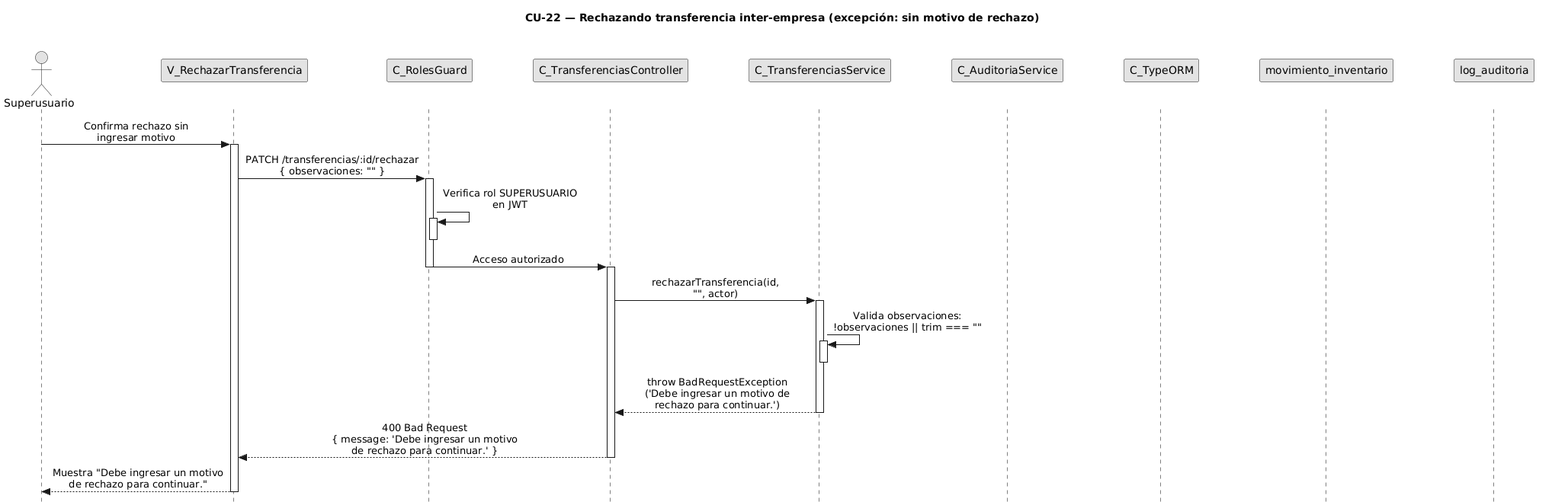
Above: diagramas/diagramas-secuencia/CU22/CU22-exc-sin-motivo.png in FSM-Finet-y-Cable-Magico/Team_1-Inventario-y-Bodega (PlantUML), before the change.
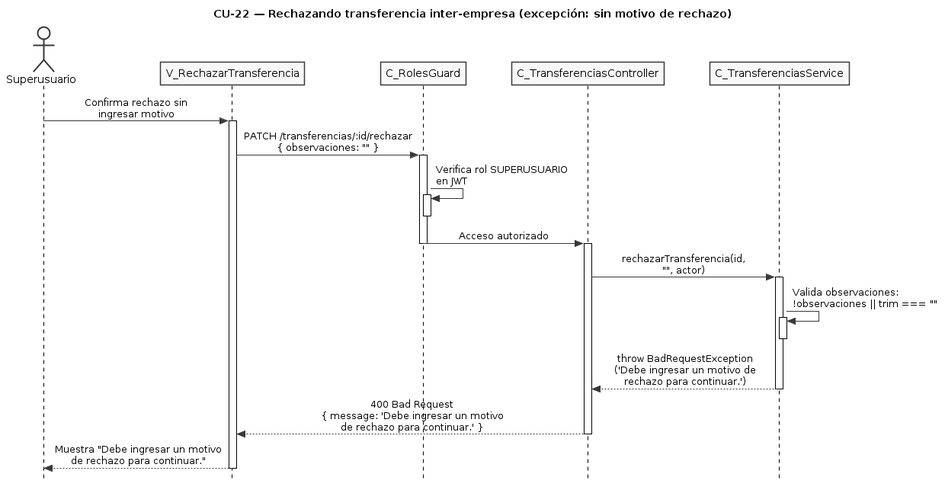
After the commit.

The edit, as a diff of the source:
```diff
@@ -5,16 +5,8 @@
 skinparam monochrome true
 skinparam shadowing false
 skinparam sequenceMessageAlign center
-<style>
-sequenceDiagram {
-  participant {
-    Margin 35
-  }
-  actor {
-    Margin 15
-  }
-}
-</style>
+skinparam ParticipantPadding 25
+skinparam ActorPadding 20
 skinparam sequence {
   MessageAlign center
   LifeLineBorderColor black
@@ -26,10 +18,6 @@
 participant "C_RolesGuard" as guard
 participant "C_TransferenciasController" as ctrl
 participant "C_TransferenciasService" as svc
-participant "C_AuditoriaService" as aud
-participant "C_TypeORM" as orm
-participant "movimiento_inventario" as ment
-participant "log_auditoria" as aent
 
 user -> view : Confirma rechazo sin\ningresar motivo
 activate view
```
